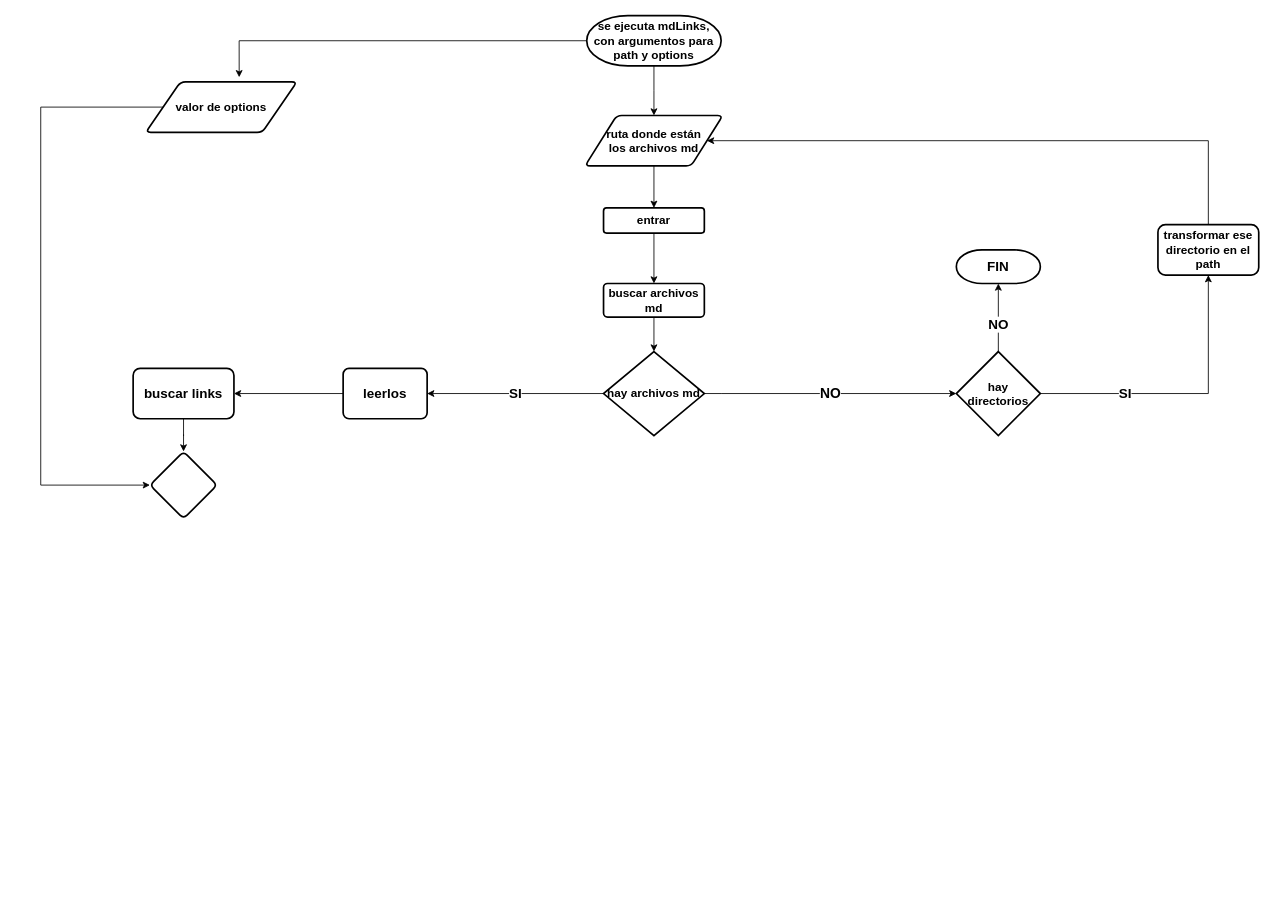
The draw.io diagram mdLinks-01.drawio in aringapoki/DEV002-cipher, before the edit. Source tidied: cells renumbered, new cells numbered last; positions are measured from the earlier drawing's top-left corner, leaving out a move shared by most shapes. Both pictures are drawn from the tidied source at 84%, with x=0, y=0 at pixel (40, 15).
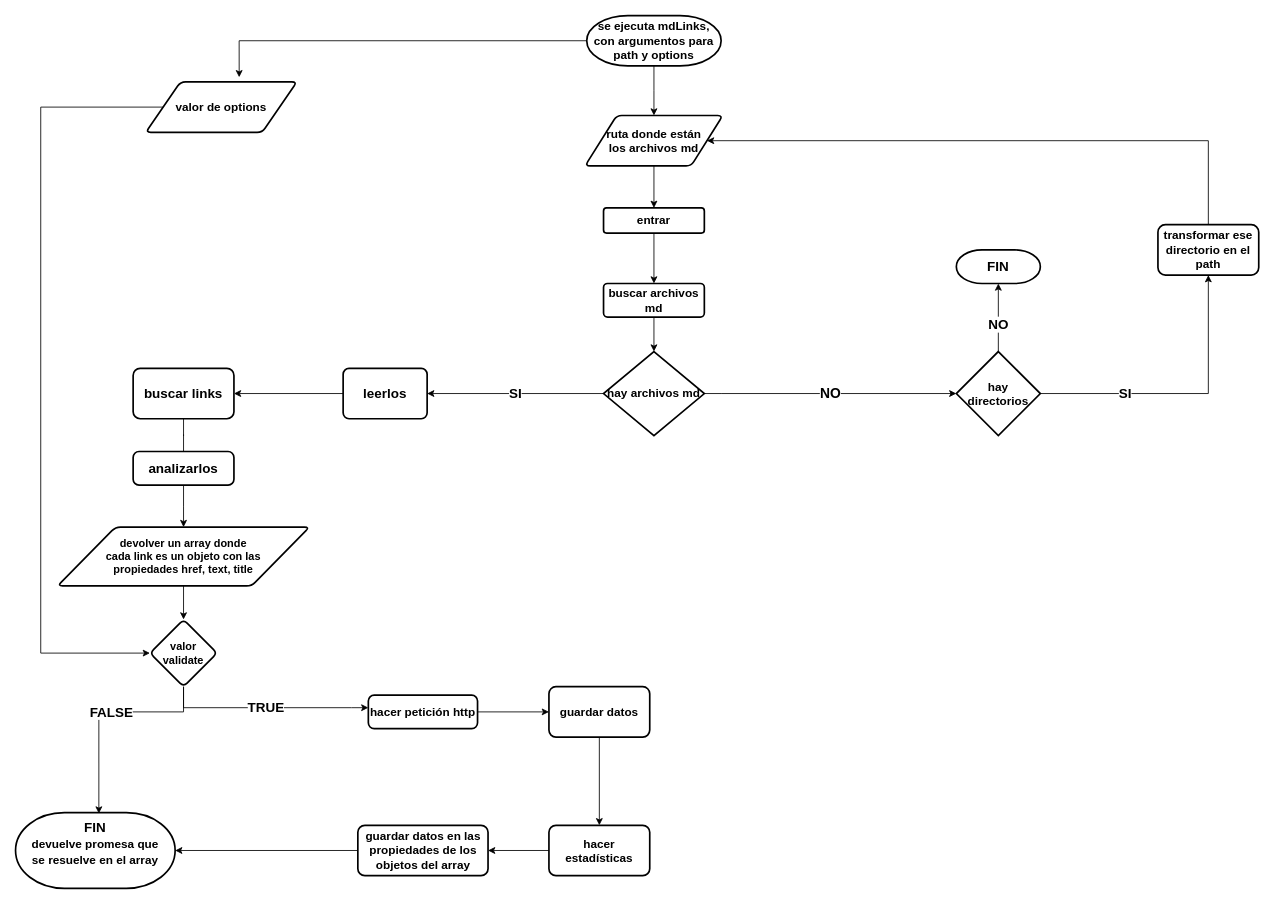
Above is the later version.

The change refers to these unchanged cells:
```xml
<mxCell id="16" value="&lt;b&gt;buscar links&lt;br&gt;&lt;/b&gt;" style="rounded=1;whiteSpace=wrap;html=1;fontSize=16;fillColor=none;arcSize=14;strokeWidth=2;" parent="1" vertex="1">
  <mxGeometry x="110" y="420" width="120" height="60" as="geometry" />
</mxCell>
<mxCell id="24" value="valor de options" style="shape=parallelogram;html=1;strokeWidth=2;perimeter=parallelogramPerimeter;whiteSpace=wrap;rounded=1;arcSize=12;size=0.23;fontFamily=Helvetica;fontSize=14;fillColor=none;fontStyle=1;" parent="1" vertex="1">
  <mxGeometry x="125" y="79" width="180" height="60" as="geometry" />
</mxCell>
```

Change to the diagram source:
```diff
@@
-    <mxCell id="15" style="edgeStyle=orthogonalEdgeStyle;rounded=0;jettySize=auto;html=1;entryX=0.5;entryY=0;entryDx=0;entryDy=0;strokeColor=default;fontFamily=Helvetica;fontSize=14;" parent="1" edge="1" source="16" target="25">
-      <mxGeometry relative="1" as="geometry" />
+    <mxCell id="15" style="edgeStyle=orthogonalEdgeStyle;rounded=0;jettySize=auto;html=1;strokeColor=default;fontFamily=Helvetica;fontSize=14;startArrow=none;" parent="1" edge="1" source="30">
+      <mxGeometry relative="1" as="geometry">
+        <mxPoint x="170" y="609" as="targetPoint" />
+      </mxGeometry>
     </mxCell>
@@
-    <mxCell id="23" style="edgeStyle=orthogonalEdgeStyle;rounded=0;jettySize=auto;html=1;strokeColor=default;fontFamily=Helvetica;fontSize=14;" parent="1" edge="1" source="24" target="25">
+    <mxCell id="23" style="edgeStyle=orthogonalEdgeStyle;rounded=0;jettySize=auto;html=1;strokeColor=default;fontFamily=Helvetica;fontSize=14;entryX=0;entryY=0.5;entryDx=0;entryDy=0;" parent="1" edge="1" source="24" target="25">
       <mxGeometry relative="1" as="geometry">
         <Array as="points">
           <mxPoint y="109" />
-          <mxPoint y="559" />
+          <mxPoint y="759" />
         </Array>
       </mxGeometry>
     </mxCell>
@@
+    <mxCell id="27" value="&lt;b&gt;&lt;font style=&quot;font-size: 14px;&quot;&gt;&lt;font style=&quot;font-size: 15px;&quot;&gt;&lt;font style=&quot;font-size: 16px;&quot;&gt;FALSE&lt;/font&gt;&lt;/font&gt;&lt;/font&gt;&lt;/b&gt;" style="edgeStyle=orthogonalEdgeStyle;rounded=0;jettySize=auto;html=1;exitX=0.5;exitY=1;exitDx=0;exitDy=0;strokeColor=default;fontFamily=Helvetica;fontSize=13;entryX=0.522;entryY=0.011;entryDx=0;entryDy=0;entryPerimeter=0;" parent="1" edge="1" source="25" target="41">
+      <mxGeometry x="-0.08" relative="1" as="geometry">
+        <Array as="points">
+          <mxPoint x="170" y="829" />
+          <mxPoint x="69" y="829" />
+        </Array>
+      </mxGeometry>
+    </mxCell>
+    <mxCell id="28" value="&lt;font size=&quot;1&quot;&gt;&lt;b style=&quot;font-size: 16px;&quot;&gt;TRUE&lt;/b&gt;&lt;/font&gt;" style="edgeStyle=orthogonalEdgeStyle;rounded=0;jettySize=auto;html=1;exitX=0.5;exitY=1;exitDx=0;exitDy=0;strokeColor=default;fontFamily=Helvetica;fontSize=13;" parent="1" edge="1" source="25">
+      <mxGeometry relative="1" as="geometry">
+        <mxPoint x="390" y="824" as="targetPoint" />
+        <Array as="points">
+          <mxPoint x="170" y="824" />
+          <mxPoint x="370" y="824" />
+        </Array>
+      </mxGeometry>
+    </mxCell>
-    <mxCell id="25" style="rhombus;whiteSpace=wrap;html=1;fontSize=14;fillColor=none;strokeWidth=2;rounded=1;arcSize=12;fontStyle=1;" parent="1" vertex="1">
-      <mxGeometry x="130" y="519" width="80" height="80" as="geometry" />
+    <mxCell id="25" value="&lt;div style=&quot;font-size: 13px;&quot;&gt;&lt;font style=&quot;font-size: 13px;&quot;&gt;valor&lt;/font&gt;&lt;/div&gt;&lt;div style=&quot;font-size: 13px;&quot;&gt;&lt;font style=&quot;font-size: 13px;&quot;&gt;validate&lt;br&gt;&lt;/font&gt;&lt;/div&gt;" style="rhombus;whiteSpace=wrap;html=1;fontSize=14;fillColor=none;strokeWidth=2;rounded=1;arcSize=12;fontStyle=1;" parent="1" vertex="1">
+      <mxGeometry x="130" y="719" width="80" height="80" as="geometry" />
     </mxCell>
@@
+    <mxCell id="29" style="edgeStyle=orthogonalEdgeStyle;rounded=0;jettySize=auto;html=1;entryX=0.5;entryY=0;entryDx=0;entryDy=0;strokeColor=default;fontFamily=Helvetica;fontSize=14;endArrow=none;" parent="1" edge="1" source="16" target="30">
+      <mxGeometry relative="1" as="geometry" />
+    </mxCell>
+    <mxCell id="30" value="&lt;b&gt;analizarlos&lt;/b&gt;" style="rounded=1;whiteSpace=wrap;html=1;absoluteArcSize=1;arcSize=14;strokeWidth=2;fontFamily=Helvetica;fontSize=16;fillColor=none;" parent="1" vertex="1">
+      <mxGeometry x="110" y="519" width="120" height="40" as="geometry" />
+    </mxCell>
+    <mxCell id="31" style="edgeStyle=orthogonalEdgeStyle;rounded=0;jettySize=auto;html=1;entryX=0.5;entryY=0;entryDx=0;entryDy=0;strokeColor=default;fontFamily=Helvetica;fontSize=13;" parent="1" edge="1" source="32" target="25">
+      <mxGeometry relative="1" as="geometry" />
+    </mxCell>
+    <mxCell id="32" value="&lt;div style=&quot;font-size: 13px;&quot;&gt;&lt;font style=&quot;font-size: 13px;&quot;&gt;&lt;b style=&quot;&quot;&gt;devolver un array donde &lt;br&gt;&lt;/b&gt;&lt;/font&gt;&lt;/div&gt;&lt;div style=&quot;font-size: 13px;&quot;&gt;&lt;font style=&quot;font-size: 13px;&quot;&gt;&lt;b style=&quot;&quot;&gt;cada link&lt;/b&gt;&lt;/font&gt;&lt;b style=&quot;&quot;&gt;&lt;font style=&quot;font-size: 13px;&quot;&gt; es un objeto con las &lt;br&gt;&lt;/font&gt;&lt;/b&gt;&lt;/div&gt;&lt;div style=&quot;font-size: 13px;&quot;&gt;&lt;b style=&quot;&quot;&gt;&lt;font style=&quot;font-size: 13px;&quot;&gt;propiedades href, text, title&lt;/font&gt;&lt;br style=&quot;font-size: 14px;&quot;&gt;&lt;/b&gt;&lt;/div&gt;" style="shape=parallelogram;html=1;strokeWidth=2;perimeter=parallelogramPerimeter;whiteSpace=wrap;rounded=1;arcSize=12;size=0.23;fontFamily=Helvetica;fontSize=14;fillColor=none;align=center;" parent="1" vertex="1">
+      <mxGeometry x="20" y="609" width="300" height="70" as="geometry" />
+    </mxCell>
+    <mxCell id="33" style="edgeStyle=orthogonalEdgeStyle;rounded=0;jettySize=auto;html=1;strokeColor=default;fontFamily=Helvetica;fontSize=14;" parent="1" edge="1" source="34" target="36">
+      <mxGeometry relative="1" as="geometry" />
+    </mxCell>
+    <mxCell id="34" value="&lt;b style=&quot;font-size: 14px;&quot;&gt;&lt;font style=&quot;font-size: 14px;&quot;&gt;&lt;font style=&quot;font-size: 14px;&quot;&gt;hacer petición http&lt;/font&gt;&lt;/font&gt;&lt;/b&gt;" style="rounded=1;whiteSpace=wrap;html=1;absoluteArcSize=1;arcSize=14;strokeWidth=2;fontFamily=Helvetica;fontSize=14;fillColor=none;" parent="1" vertex="1">
+      <mxGeometry x="390" y="809" width="130" height="40" as="geometry" />
+    </mxCell>
+    <mxCell id="35" style="edgeStyle=orthogonalEdgeStyle;rounded=0;jettySize=auto;html=1;strokeColor=default;fontFamily=Helvetica;fontSize=16;" parent="1" edge="1" source="36" target="38">
+      <mxGeometry relative="1" as="geometry" />
+    </mxCell>
+    <mxCell id="36" value="&lt;b&gt;guardar datos&lt;/b&gt;" style="whiteSpace=wrap;html=1;fontSize=14;fillColor=none;rounded=1;arcSize=14;strokeWidth=2;" parent="1" vertex="1">
+      <mxGeometry x="605" y="799" width="120" height="60" as="geometry" />
+    </mxCell>
+    <mxCell id="37" style="edgeStyle=orthogonalEdgeStyle;rounded=0;jettySize=auto;html=1;strokeColor=default;fontFamily=Helvetica;fontSize=16;" parent="1" edge="1" source="38" target="40">
+      <mxGeometry relative="1" as="geometry" />
+    </mxCell>
+    <mxCell id="38" value="&lt;b&gt;hacer estadísticas&lt;br&gt;&lt;/b&gt;" style="rounded=1;whiteSpace=wrap;html=1;fontSize=14;fillColor=none;arcSize=14;strokeWidth=2;" parent="1" vertex="1">
+      <mxGeometry x="605" y="964" width="120" height="60" as="geometry" />
+    </mxCell>
+    <mxCell id="39" style="edgeStyle=orthogonalEdgeStyle;rounded=0;jettySize=auto;html=1;entryX=1;entryY=0.5;entryDx=0;entryDy=0;entryPerimeter=0;strokeColor=default;fontFamily=Helvetica;fontSize=16;" parent="1" edge="1" source="40" target="41">
+      <mxGeometry relative="1" as="geometry" />
+    </mxCell>
+    <mxCell id="40" value="&lt;b&gt;guardar datos en las propiedades de los objetos del array&lt;br&gt;&lt;/b&gt;" style="rounded=1;whiteSpace=wrap;html=1;fontSize=14;fillColor=none;arcSize=14;strokeWidth=2;" parent="1" vertex="1">
+      <mxGeometry x="377.5" y="964" width="155" height="60" as="geometry" />
+    </mxCell>
+    <mxCell id="41" value="&lt;div&gt;&lt;b&gt;FIN&lt;/b&gt;&lt;/div&gt;&lt;div&gt;&lt;b&gt;&lt;font style=&quot;font-size: 15px;&quot;&gt;&lt;font style=&quot;font-size: 14px;&quot;&gt;devuelve promesa que &lt;br&gt;&lt;/font&gt;&lt;/font&gt;&lt;/b&gt;&lt;/div&gt;&lt;div&gt;&lt;b&gt;&lt;font style=&quot;font-size: 15px;&quot;&gt;&lt;font style=&quot;font-size: 14px;&quot;&gt;se resuelve en el array&lt;/font&gt;&lt;/font&gt;&lt;br&gt;&lt;/b&gt;&lt;/div&gt;&lt;div style=&quot;font-size: 14px;&quot;&gt;&lt;b&gt;&lt;br&gt;&lt;/b&gt;&lt;/div&gt;" style="strokeWidth=2;html=1;shape=mxgraph.flowchart.terminator;whiteSpace=wrap;fontFamily=Helvetica;fontSize=16;fillColor=none;" parent="1" vertex="1">
+      <mxGeometry x="-30" y="949" width="190" height="90" as="geometry" />
+    </mxCell>
```
